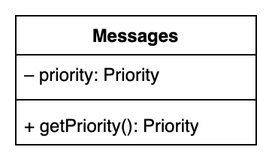
The draw.io diagram images/uml-04a.png in davecheng-tech/Random-Notes, before a commit. Source tidied: cells renumbered, new cells last; positions are measured from the earlier drawing's top-left corner, leaving out a move shared by most shapes. Source of this version:
```xml
<mxGraphModel>
  <root>
    <mxCell id="0" />
    <mxCell id="1" parent="0" />
    <mxCell id="2" value="Messages" style="swimlane;fontStyle=1;align=center;verticalAlign=top;horizontal=1;startSize=26;whiteSpace=wrap;html=1;" parent="1" vertex="1">
      <mxGeometry width="160" height="86" as="geometry" />
    </mxCell>
    <mxCell id="3" value="– priority: Priority" style="text;strokeColor=none;fillColor=none;align=left;verticalAlign=top;spacingLeft=4;spacingRight=4;overflow=hidden;whiteSpace=wrap;html=1;" parent="2" vertex="1">
      <mxGeometry y="26" width="160" height="26" as="geometry" />
    </mxCell>
    <mxCell id="4" style="line;strokeWidth=1;fillColor=none;align=left;verticalAlign=middle;spacingTop=-1;spacingLeft=3;spacingRight=3;labelPosition=right;strokeColor=inherit;" parent="2" vertex="1">
      <mxGeometry y="52" width="160" height="8" as="geometry" />
    </mxCell>
    <mxCell id="5" value="+ getPriority(): Priority" style="text;strokeColor=none;fillColor=none;align=left;verticalAlign=top;spacingLeft=4;spacingRight=4;overflow=hidden;whiteSpace=wrap;html=1;" parent="2" vertex="1">
      <mxGeometry y="60" width="160" height="26" as="geometry" />
    </mxCell>
  </root>
</mxGraphModel>
```
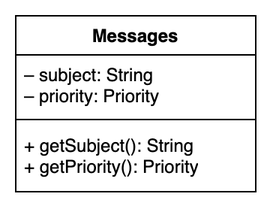
After the commit.

Diff of the diagram source:
```diff
@@ -3,16 +3,16 @@
     <mxCell id="0" />
     <mxCell id="1" parent="0" />
     <mxCell id="2" value="Messages" style="swimlane;fontStyle=1;align=center;verticalAlign=top;horizontal=1;startSize=26;whiteSpace=wrap;html=1;" parent="1" vertex="1">
-      <mxGeometry width="160" height="86" as="geometry" />
+      <mxGeometry width="160" height="117" as="geometry" />
     </mxCell>
-    <mxCell id="3" value="– priority: Priority" style="text;strokeColor=none;fillColor=none;align=left;verticalAlign=top;spacingLeft=4;spacingRight=4;overflow=hidden;whiteSpace=wrap;html=1;" parent="2" vertex="1">
-      <mxGeometry y="26" width="160" height="26" as="geometry" />
-    </mxCell>
-    <mxCell id="4" style="line;strokeWidth=1;fillColor=none;align=left;verticalAlign=middle;spacingTop=-1;spacingLeft=3;spacingRight=3;labelPosition=right;strokeColor=inherit;" parent="2" vertex="1">
-      <mxGeometry y="52" width="160" height="8" as="geometry" />
-    </mxCell>
-    <mxCell id="5" value="+ getPriority(): Priority" style="text;strokeColor=none;fillColor=none;align=left;verticalAlign=top;spacingLeft=4;spacingRight=4;overflow=hidden;whiteSpace=wrap;html=1;" parent="2" vertex="1">
-      <mxGeometry y="60" width="160" height="26" as="geometry" />
-    </mxCell>
+    <mxCell id="6" value="– subject: String&lt;div&gt;– priority: Priority&lt;/div&gt;" style="text;strokeColor=none;fillColor=none;align=left;verticalAlign=top;spacingLeft=4;spacingRight=4;overflow=hidden;whiteSpace=wrap;html=1;" parent="2" vertex="1">
+      <mxGeometry y="26" width="160" height="39" as="geometry" />
+    </mxCell>
+    <mxCell id="7" style="line;strokeWidth=1;fillColor=none;align=left;verticalAlign=middle;spacingTop=-1;spacingLeft=3;spacingRight=3;labelPosition=right;strokeColor=inherit;" parent="2" vertex="1">
+      <mxGeometry y="65" width="160" height="8" as="geometry" />
+    </mxCell>
+    <mxCell id="8" value="+ getSubject(): String&lt;div&gt;+ getPriority(): Priority&lt;/div&gt;" style="text;strokeColor=none;fillColor=none;align=left;verticalAlign=top;spacingLeft=4;spacingRight=4;overflow=hidden;whiteSpace=wrap;html=1;" parent="2" vertex="1">
+      <mxGeometry y="73" width="160" height="44" as="geometry" />
+    </mxCell>
   </root>
 </mxGraphModel>
```
